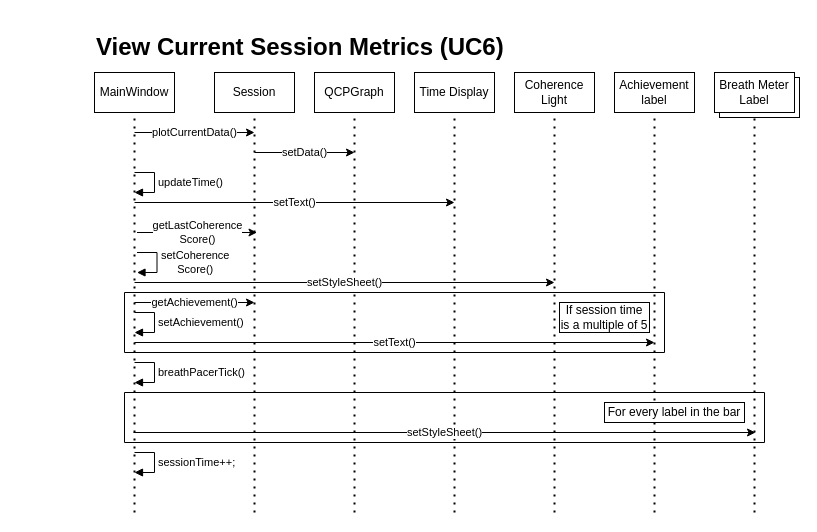
Earlier version of the draw.io diagram page "UC6" (3 of 3) of docs/class diagram/classUML.drawio.xml (TahaInc/heartwave). Source tidied: cells renumbered, new cells numbered last; positions are measured from the earlier drawing's top-left corner, leaving out a move shared by most shapes. Both pictures are drawn from the tidied source at 100%, with x=0, y=0 at pixel (94, 32).
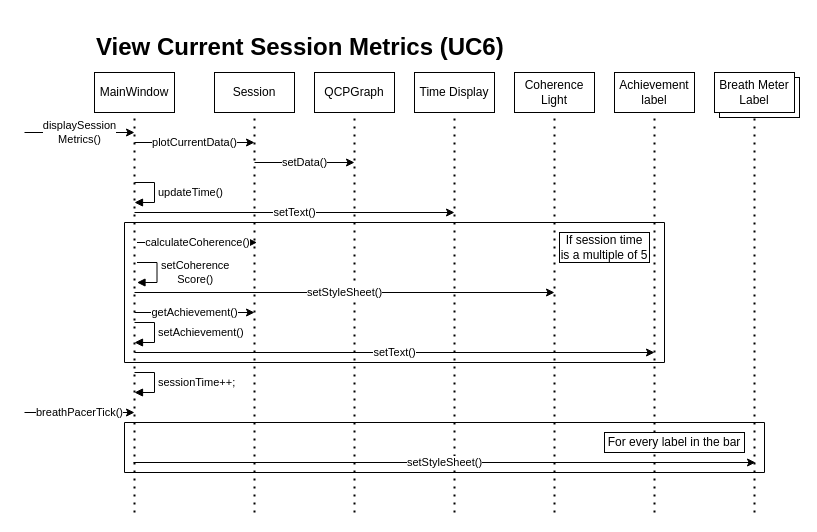
The same page after the edit.

Diff of the diagram source:
```diff
@@
     <mxCell id="17" value="plotCurrentData()" style="endArrow=classic;html=1;rounded=0;" parent="1" edge="1">
       <mxGeometry relative="1" as="geometry">
-        <mxPoint x="40" y="100" as="sourcePoint" />
-        <mxPoint x="160" y="100" as="targetPoint" />
+        <mxPoint x="40" y="110" as="sourcePoint" />
+        <mxPoint x="160" y="110" as="targetPoint" />
       </mxGeometry>
     </mxCell>
     <mxCell id="18" value="setData()" style="endArrow=classic;html=1;rounded=0;" parent="1" edge="1">
       <mxGeometry relative="1" as="geometry">
-        <mxPoint x="160" y="120" as="sourcePoint" />
-        <mxPoint x="260" y="120" as="targetPoint" />
+        <mxPoint x="160" y="130" as="sourcePoint" />
+        <mxPoint x="260" y="130" as="targetPoint" />
       </mxGeometry>
     </mxCell>
     <mxCell id="19" value="&lt;div style=&quot;text-align: center;&quot;&gt;updateTime()&lt;/div&gt;" style="html=1;align=left;spacingLeft=2;endArrow=block;rounded=0;edgeStyle=orthogonalEdgeStyle;curved=0;rounded=0;" parent="1" edge="1">
       <mxGeometry relative="1" as="geometry">
-        <mxPoint x="40" y="140" as="sourcePoint" />
-        <mxPoint x="40" y="160" as="targetPoint" />
+        <mxPoint x="40" y="150" as="sourcePoint" />
+        <mxPoint x="40" y="170" as="targetPoint" />
         <Array as="points">
-          <mxPoint x="60" y="140" />
-          <mxPoint x="60" y="160" />
+          <mxPoint x="60" y="150" />
+          <mxPoint x="60" y="170" />
         </Array>
       </mxGeometry>
     </mxCell>
     <mxCell id="20" value="setText()" style="endArrow=classic;html=1;rounded=0;" parent="1" edge="1">
       <mxGeometry relative="1" as="geometry">
-        <mxPoint x="40" y="170" as="sourcePoint" />
-        <mxPoint x="360" y="170" as="targetPoint" />
+        <mxPoint x="40" y="180" as="sourcePoint" />
+        <mxPoint x="360" y="180" as="targetPoint" />
       </mxGeometry>
     </mxCell>
-    <mxCell id="21" value="getLastCoherence&lt;br&gt;Score()" style="endArrow=classic;html=1;rounded=0;" parent="1" edge="1">
+    <mxCell id="21" value="calculateCoherence()" style="endArrow=classic;html=1;rounded=0;" parent="1" edge="1">
       <mxGeometry relative="1" as="geometry">
-        <mxPoint x="42.5" y="200" as="sourcePoint" />
-        <mxPoint x="162.5" y="200" as="targetPoint" />
+        <mxPoint x="42.5" y="210" as="sourcePoint" />
+        <mxPoint x="162.5" y="210" as="targetPoint" />
       </mxGeometry>
     </mxCell>
     <mxCell id="22" value="&lt;div style=&quot;text-align: center;&quot;&gt;setCoherence&lt;/div&gt;&lt;div style=&quot;text-align: center;&quot;&gt;Score()&lt;/div&gt;" style="html=1;align=left;spacingLeft=2;endArrow=block;rounded=0;edgeStyle=orthogonalEdgeStyle;curved=0;rounded=0;" parent="1" edge="1">
       <mxGeometry relative="1" as="geometry">
-        <mxPoint x="42.5" y="220" as="sourcePoint" />
-        <mxPoint x="42.5" y="240" as="targetPoint" />
+        <mxPoint x="42.5" y="230" as="sourcePoint" />
+        <mxPoint x="42.5" y="250" as="targetPoint" />
         <Array as="points">
-          <mxPoint x="62.5" y="220" />
-          <mxPoint x="62.5" y="240" />
+          <mxPoint x="62.5" y="230" />
+          <mxPoint x="62.5" y="250" />
         </Array>
       </mxGeometry>
     </mxCell>
     <mxCell id="23" value="setStyleSheet()" style="endArrow=classic;html=1;rounded=0;" parent="1" edge="1">
       <mxGeometry relative="1" as="geometry">
-        <mxPoint x="40" y="250" as="sourcePoint" />
-        <mxPoint x="460" y="250" as="targetPoint" />
+        <mxPoint x="40" y="260" as="sourcePoint" />
+        <mxPoint x="460" y="260" as="targetPoint" />
       </mxGeometry>
     </mxCell>
     <mxCell id="24" value="getAchievement()" style="endArrow=classic;html=1;rounded=0;" parent="1" edge="1">
       <mxGeometry relative="1" as="geometry">
-        <mxPoint x="40" y="270" as="sourcePoint" />
-        <mxPoint x="160" y="270" as="targetPoint" />
+        <mxPoint x="40" y="280" as="sourcePoint" />
+        <mxPoint x="160" y="280" as="targetPoint" />
       </mxGeometry>
     </mxCell>
     <mxCell id="25" value="&lt;div style=&quot;text-align: center;&quot;&gt;setAchievement()&lt;/div&gt;" style="html=1;align=left;spacingLeft=2;endArrow=block;rounded=0;edgeStyle=orthogonalEdgeStyle;curved=0;rounded=0;" parent="1" edge="1">
       <mxGeometry relative="1" as="geometry">
-        <mxPoint x="40" y="280" as="sourcePoint" />
-        <mxPoint x="40" y="300" as="targetPoint" />
+        <mxPoint x="40" y="290" as="sourcePoint" />
+        <mxPoint x="40" y="310" as="targetPoint" />
         <Array as="points">
-          <mxPoint x="60" y="280" />
-          <mxPoint x="60" y="300" />
+          <mxPoint x="60" y="290" />
+          <mxPoint x="60" y="310" />
         </Array>
       </mxGeometry>
     </mxCell>
     <mxCell id="26" value="setText()" style="endArrow=classic;html=1;rounded=0;" parent="1" edge="1">
       <mxGeometry relative="1" as="geometry">
-        <mxPoint x="40" y="310" as="sourcePoint" />
-        <mxPoint x="560" y="310" as="targetPoint" />
+        <mxPoint x="40" y="320" as="sourcePoint" />
+        <mxPoint x="560" y="320" as="targetPoint" />
       </mxGeometry>
     </mxCell>
     <mxCell id="27" style="swimlane;startSize=0;" parent="1" vertex="1">
-      <mxGeometry x="30" y="260" width="540" height="60" as="geometry" />
+      <mxGeometry x="30" y="190" width="540" height="140" as="geometry" />
     </mxCell>
     <mxCell id="28" value="If session time is a multiple of 5" style="rounded=0;whiteSpace=wrap;html=1;" parent="1" vertex="1">
-      <mxGeometry x="465" y="270" width="90" height="30" as="geometry" />
+      <mxGeometry x="465" y="200" width="90" height="30" as="geometry" />
     </mxCell>
-    <mxCell id="29" value="&lt;div style=&quot;text-align: center;&quot;&gt;breathPacerTick()&lt;/div&gt;" style="html=1;align=left;spacingLeft=2;endArrow=block;rounded=0;edgeStyle=orthogonalEdgeStyle;curved=0;rounded=0;" parent="1" edge="1">
-      <mxGeometry relative="1" as="geometry">
-        <mxPoint x="40" y="330" as="sourcePoint" />
-        <mxPoint x="40" y="350" as="targetPoint" />
-        <Array as="points">
-          <mxPoint x="60" y="330" />
-          <mxPoint x="60" y="350" />
-        </Array>
-      </mxGeometry>
-    </mxCell>
@@
     <mxCell id="31" value="setStyleSheet()" style="endArrow=classic;html=1;rounded=0;" parent="1" edge="1">
       <mxGeometry relative="1" as="geometry">
-        <mxPoint x="39" y="400" as="sourcePoint" />
-        <mxPoint x="661" y="400" as="targetPoint" />
+        <mxPoint x="39" y="430" as="sourcePoint" />
+        <mxPoint x="661" y="430" as="targetPoint" />
       </mxGeometry>
     </mxCell>
     <mxCell id="32" style="swimlane;startSize=0;" parent="1" vertex="1">
-      <mxGeometry x="30" y="360" width="640" height="50" as="geometry" />
+      <mxGeometry x="30" y="390" width="640" height="50" as="geometry" />
     </mxCell>
     <mxCell id="33" value="For every label in the bar" style="rounded=0;whiteSpace=wrap;html=1;" parent="1" vertex="1">
-      <mxGeometry x="510" y="370" width="140" height="20" as="geometry" />
+      <mxGeometry x="510" y="400" width="140" height="20" as="geometry" />
     </mxCell>
     <mxCell id="34" value="&lt;div style=&quot;text-align: center;&quot;&gt;sessionTime++;&lt;/div&gt;" style="html=1;align=left;spacingLeft=2;endArrow=block;rounded=0;edgeStyle=orthogonalEdgeStyle;curved=0;rounded=0;" parent="1" edge="1">
       <mxGeometry relative="1" as="geometry">
-        <mxPoint x="40" y="420" as="sourcePoint" />
-        <mxPoint x="40" y="440" as="targetPoint" />
+        <mxPoint x="40" y="340" as="sourcePoint" />
+        <mxPoint x="40" y="360" as="targetPoint" />
         <Array as="points">
-          <mxPoint x="60" y="420" />
-          <mxPoint x="60" y="440" />
+          <mxPoint x="60" y="340" />
+          <mxPoint x="60" y="360" />
         </Array>
       </mxGeometry>
     </mxCell>
+    <mxCell id="29" value="&lt;span style=&quot;color: rgb(0, 0, 0); font-family: Helvetica; font-size: 11px; font-style: normal; font-variant-ligatures: normal; font-variant-caps: normal; font-weight: 400; letter-spacing: normal; orphans: 2; text-align: center; text-indent: 0px; text-transform: none; widows: 2; word-spacing: 0px; -webkit-text-stroke-width: 0px; background-color: rgb(255, 255, 255); text-decoration-thickness: initial; text-decoration-style: initial; text-decoration-color: initial; float: none; display: inline !important;&quot;&gt;breathPacerTick()&lt;/span&gt;" style="endArrow=classic;html=1;rounded=0;" parent="1" edge="1">
+      <mxGeometry relative="1" as="geometry">
+        <mxPoint x="-70" y="380" as="sourcePoint" />
+        <mxPoint x="40" y="380" as="targetPoint" />
+      </mxGeometry>
+    </mxCell>
+    <mxCell id="35" value="&lt;span style=&quot;color: rgb(0, 0, 0); font-family: Helvetica; font-size: 11px; font-style: normal; font-variant-ligatures: normal; font-variant-caps: normal; font-weight: 400; letter-spacing: normal; orphans: 2; text-align: center; text-indent: 0px; text-transform: none; widows: 2; word-spacing: 0px; -webkit-text-stroke-width: 0px; background-color: rgb(255, 255, 255); text-decoration-thickness: initial; text-decoration-style: initial; text-decoration-color: initial; float: none; display: inline !important;&quot;&gt;displaySession&lt;br&gt;Metrics()&lt;br&gt;&lt;/span&gt;" style="endArrow=classic;html=1;rounded=0;" parent="1" edge="1">
+      <mxGeometry relative="1" as="geometry">
+        <mxPoint x="-70" y="100" as="sourcePoint" />
+        <mxPoint x="40" y="100" as="targetPoint" />
+      </mxGeometry>
+    </mxCell>
```
